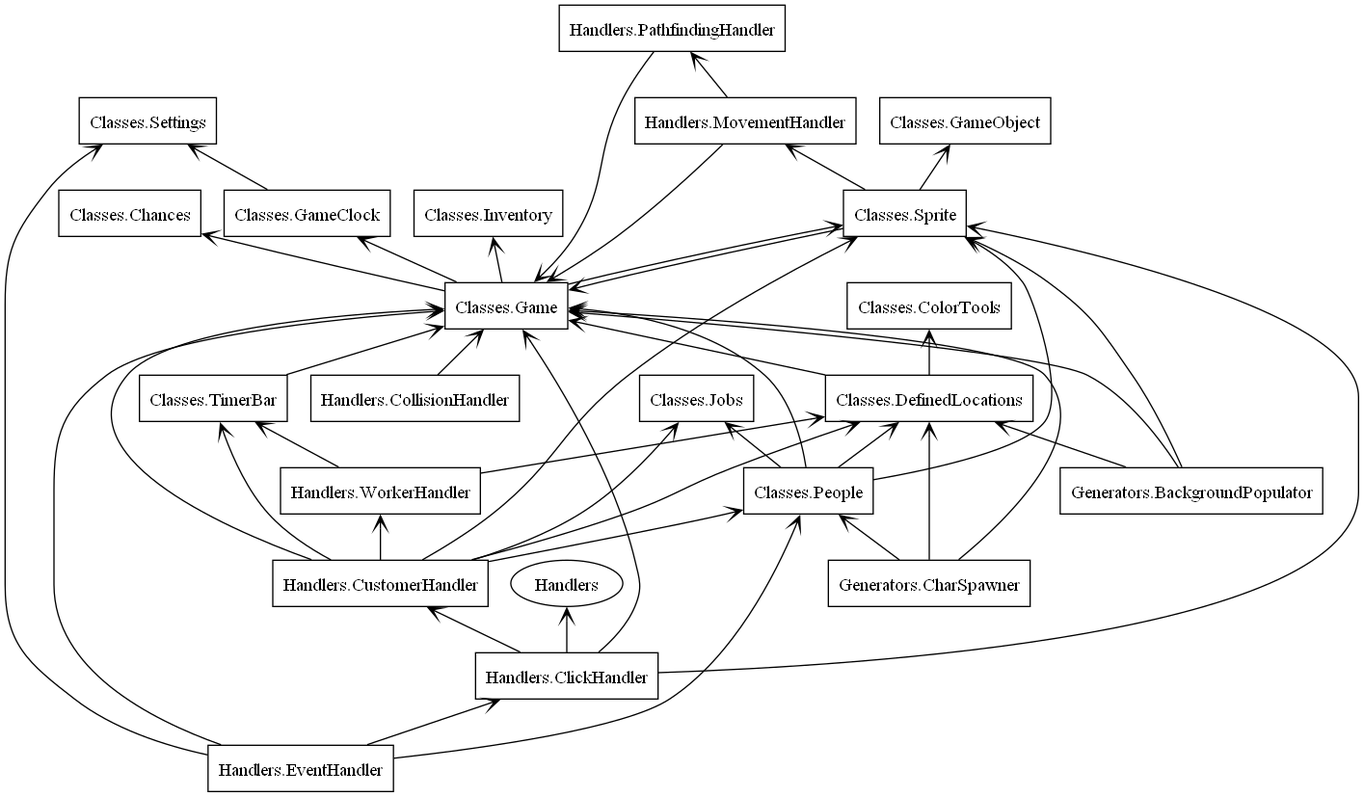
Before: Utilities/packages.png, a diagram exported from Graphviz (AedanM/PoppaPizza). Its source is kept beside it as Utilities/packages.dot. The source it was exported from:
```dot
digraph "packages" {
rankdir=BT
charset="utf-8"
"Classes.Chances" [color="black", label=<Classes.Chances>, shape="box", style="solid"];
"Classes.ColorTools" [color="black", label=<Classes.ColorTools>, shape="box", style="solid"];
"Classes.DefinedLocations" [color="black", label=<Classes.DefinedLocations>, shape="box", style="solid"];
"Classes.Game" [color="black", label=<Classes.Game>, shape="box", style="solid"];
"Classes.GameClock" [color="black", label=<Classes.GameClock>, shape="box", style="solid"];
"Classes.GameObject" [color="black", label=<Classes.GameObject>, shape="box", style="solid"];
"Classes.Inventory" [color="black", label=<Classes.Inventory>, shape="box", style="solid"];
"Classes.Jobs" [color="black", label=<Classes.Jobs>, shape="box", style="solid"];
"Classes.People" [color="black", label=<Classes.People>, shape="box", style="solid"];
"Classes.Settings" [color="black", label=<Classes.Settings>, shape="box", style="solid"];
"Classes.Sprite" [color="black", label=<Classes.Sprite>, shape="box", style="solid"];
"Classes.TimerBar" [color="black", label=<Classes.TimerBar>, shape="box", style="solid"];
"Generators.BackgroundPopulator" [color="black", label=<Generators.BackgroundPopulator>, shape="box", style="solid"];
"Generators.CharSpawner" [color="black", label=<Generators.CharSpawner>, shape="box", style="solid"];
"Handlers.ClickHandler" [color="black", label=<Handlers.ClickHandler>, shape="box", style="solid"];
"Handlers.CollisionHandler" [color="black", label=<Handlers.CollisionHandler>, shape="box", style="solid"];
"Handlers.CustomerHandler" [color="black", label=<Handlers.CustomerHandler>, shape="box", style="solid"];
"Handlers.EventHandler" [color="black", label=<Handlers.EventHandler>, shape="box", style="solid"];
"Handlers.MovementHandler" [color="black", label=<Handlers.MovementHandler>, shape="box", style="solid"];
"Handlers.PathfindingHandler" [color="black", label=<Handlers.PathfindingHandler>, shape="box", style="solid"];
"Handlers.WorkerHandler" [color="black", label=<Handlers.WorkerHandler>, shape="box", style="solid"];
"Classes.DefinedLocations" -> "Classes.ColorTools" [arrowhead="open", arrowtail="none"];
"Classes.DefinedLocations" -> "Classes.Game" [arrowhead="open", arrowtail="none"];
"Classes.Game" -> "Classes.Chances" [arrowhead="open", arrowtail="none"];
"Classes.Game" -> "Classes.GameClock" [arrowhead="open", arrowtail="none"];
"Classes.Game" -> "Classes.Inventory" [arrowhead="open", arrowtail="none"];
"Classes.Game" -> "Classes.Sprite" [arrowhead="open", arrowtail="none"];
"Classes.GameClock" -> "Classes.Settings" [arrowhead="open", arrowtail="none"];
"Classes.People" -> "Classes.DefinedLocations" [arrowhead="open", arrowtail="none"];
"Classes.People" -> "Classes.Game" [arrowhead="open", arrowtail="none"];
"Classes.People" -> "Classes.Jobs" [arrowhead="open", arrowtail="none"];
"Classes.People" -> "Classes.Sprite" [arrowhead="open", arrowtail="none"];
"Classes.Sprite" -> "Classes.Game" [arrowhead="open", arrowtail="none"];
"Classes.Sprite" -> "Classes.GameObject" [arrowhead="open", arrowtail="none"];
"Classes.Sprite" -> "Handlers.MovementHandler" [arrowhead="open", arrowtail="none"];
"Classes.TimerBar" -> "Classes.Game" [arrowhead="open", arrowtail="none"];
"Generators.BackgroundPopulator" -> "Classes.DefinedLocations" [arrowhead="open", arrowtail="none"];
"Generators.BackgroundPopulator" -> "Classes.Game" [arrowhead="open", arrowtail="none"];
"Generators.BackgroundPopulator" -> "Classes.Sprite" [arrowhead="open", arrowtail="none"];
"Generators.CharSpawner" -> "Classes.DefinedLocations" [arrowhead="open", arrowtail="none"];
"Generators.CharSpawner" -> "Classes.Game" [arrowhead="open", arrowtail="none"];
"Generators.CharSpawner" -> "Classes.People" [arrowhead="open", arrowtail="none"];
"Handlers.ClickHandler" -> "Classes.Game" [arrowhead="open", arrowtail="none"];
"Handlers.ClickHandler" -> "Classes.Sprite" [arrowhead="open", arrowtail="none"];
"Handlers.ClickHandler" -> "Handlers.CustomerHandler" [arrowhead="open", arrowtail="none"];
"Handlers.CollisionHandler" -> "Classes.Game" [arrowhead="open", arrowtail="none"];
"Handlers.CustomerHandler" -> "Classes.DefinedLocations" [arrowhead="open", arrowtail="none"];
"Handlers.CustomerHandler" -> "Classes.Game" [arrowhead="open", arrowtail="none"];
"Handlers.CustomerHandler" -> "Classes.Jobs" [arrowhead="open", arrowtail="none"];
"Handlers.CustomerHandler" -> "Classes.People" [arrowhead="open", arrowtail="none"];
"Handlers.CustomerHandler" -> "Classes.Sprite" [arrowhead="open", arrowtail="none"];
"Handlers.CustomerHandler" -> "Classes.TimerBar" [arrowhead="open", arrowtail="none"];
"Handlers.CustomerHandler" -> "Handlers.WorkerHandler" [arrowhead="open", arrowtail="none"];
"Handlers.EventHandler" -> "Classes.Game" [arrowhead="open", arrowtail="none"];
"Handlers.EventHandler" -> "Classes.People" [arrowhead="open", arrowtail="none"];
"Handlers.EventHandler" -> "Classes.Settings" [arrowhead="open", arrowtail="none"];
"Handlers.EventHandler" -> "Handlers.ClickHandler" [arrowhead="open", arrowtail="none"];
"Handlers.MovementHandler" -> "Classes.Game" [arrowhead="open", arrowtail="none"];
"Handlers.MovementHandler" -> "Handlers.PathfindingHandler" [arrowhead="open", arrowtail="none"];
"Handlers.PathfindingHandler" -> "Classes.Game" [arrowhead="open", arrowtail="none"];
"Handlers.WorkerHandler" -> "Classes.DefinedLocations" [arrowhead="open", arrowtail="none"];
"Handlers.WorkerHandler" -> "Classes.TimerBar" [arrowhead="open", arrowtail="none"];
}
```
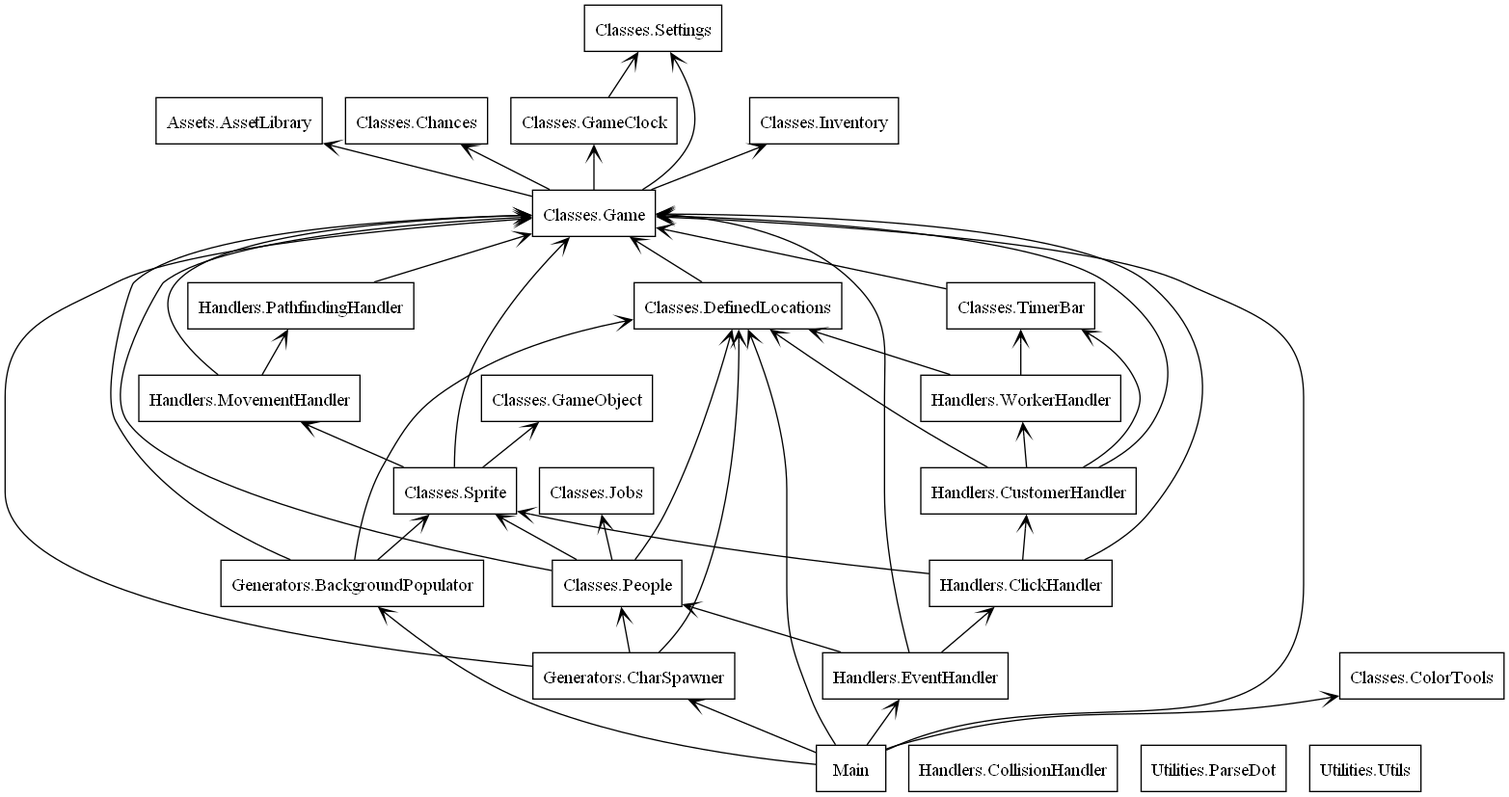
After the commit.

What changed in the source:
```diff
@@ -1,6 +1,7 @@
 digraph "packages" {
 rankdir=BT
 charset="utf-8"
+"Assets.AssetLibrary" [color="black", label=<Assets.AssetLibrary>, shape="box", style="solid"];
 "Classes.Chances" [color="black", label=<Classes.Chances>, shape="box", style="solid"];
 "Classes.ColorTools" [color="black", label=<Classes.ColorTools>, shape="box", style="solid"];
 "Classes.DefinedLocations" [color="black", label=<Classes.DefinedLocations>, shape="box", style="solid"];
@@ -22,12 +23,15 @@
 "Handlers.MovementHandler" [color="black", label=<Handlers.MovementHandler>, shape="box", style="solid"];
 "Handlers.PathfindingHandler" [color="black", label=<Handlers.PathfindingHandler>, shape="box", style="solid"];
 "Handlers.WorkerHandler" [color="black", label=<Handlers.WorkerHandler>, shape="box", style="solid"];
-"Classes.DefinedLocations" -> "Classes.ColorTools" [arrowhead="open", arrowtail="none"];
+"Main" [color="black", label=<Main>, shape="box", style="solid"];
+"Utilities.ParseDot" [color="black", label=<Utilities.ParseDot>, shape="box", style="solid"];
+"Utilities.Utils" [color="black", label=<Utilities.Utils>, shape="box", style="solid"];
 "Classes.DefinedLocations" -> "Classes.Game" [arrowhead="open", arrowtail="none"];
+"Classes.Game" -> "Assets.AssetLibrary" [arrowhead="open", arrowtail="none"];
 "Classes.Game" -> "Classes.Chances" [arrowhead="open", arrowtail="none"];
 "Classes.Game" -> "Classes.GameClock" [arrowhead="open", arrowtail="none"];
 "Classes.Game" -> "Classes.Inventory" [arrowhead="open", arrowtail="none"];
-"Classes.Game" -> "Classes.Sprite" [arrowhead="open", arrowtail="none"];
+"Classes.Game" -> "Classes.Settings" [arrowhead="open", arrowtail="none"];
 "Classes.GameClock" -> "Classes.Settings" [arrowhead="open", arrowtail="none"];
 "Classes.People" -> "Classes.DefinedLocations" [arrowhead="open", arrowtail="none"];
 "Classes.People" -> "Classes.Game" [arrowhead="open", arrowtail="none"];
@@ -46,21 +50,22 @@
 "Handlers.ClickHandler" -> "Classes.Game" [arrowhead="open", arrowtail="none"];
 "Handlers.ClickHandler" -> "Classes.Sprite" [arrowhead="open", arrowtail="none"];
 "Handlers.ClickHandler" -> "Handlers.CustomerHandler" [arrowhead="open", arrowtail="none"];
-"Handlers.CollisionHandler" -> "Classes.Game" [arrowhead="open", arrowtail="none"];
 "Handlers.CustomerHandler" -> "Classes.DefinedLocations" [arrowhead="open", arrowtail="none"];
 "Handlers.CustomerHandler" -> "Classes.Game" [arrowhead="open", arrowtail="none"];
-"Handlers.CustomerHandler" -> "Classes.Jobs" [arrowhead="open", arrowtail="none"];
-"Handlers.CustomerHandler" -> "Classes.People" [arrowhead="open", arrowtail="none"];
-"Handlers.CustomerHandler" -> "Classes.Sprite" [arrowhead="open", arrowtail="none"];
 "Handlers.CustomerHandler" -> "Classes.TimerBar" [arrowhead="open", arrowtail="none"];
 "Handlers.CustomerHandler" -> "Handlers.WorkerHandler" [arrowhead="open", arrowtail="none"];
 "Handlers.EventHandler" -> "Classes.Game" [arrowhead="open", arrowtail="none"];
 "Handlers.EventHandler" -> "Classes.People" [arrowhead="open", arrowtail="none"];
-"Handlers.EventHandler" -> "Classes.Settings" [arrowhead="open", arrowtail="none"];
 "Handlers.EventHandler" -> "Handlers.ClickHandler" [arrowhead="open", arrowtail="none"];
 "Handlers.MovementHandler" -> "Classes.Game" [arrowhead="open", arrowtail="none"];
 "Handlers.MovementHandler" -> "Handlers.PathfindingHandler" [arrowhead="open", arrowtail="none"];
 "Handlers.PathfindingHandler" -> "Classes.Game" [arrowhead="open", arrowtail="none"];
 "Handlers.WorkerHandler" -> "Classes.DefinedLocations" [arrowhead="open", arrowtail="none"];
 "Handlers.WorkerHandler" -> "Classes.TimerBar" [arrowhead="open", arrowtail="none"];
+"Main" -> "Classes.ColorTools" [arrowhead="open", arrowtail="none"];
+"Main" -> "Classes.DefinedLocations" [arrowhead="open", arrowtail="none"];
+"Main" -> "Classes.Game" [arrowhead="open", arrowtail="none"];
+"Main" -> "Generators.BackgroundPopulator" [arrowhead="open", arrowtail="none"];
+"Main" -> "Generators.CharSpawner" [arrowhead="open", arrowtail="none"];
+"Main" -> "Handlers.EventHandler" [arrowhead="open", arrowtail="none"];
 }
```
